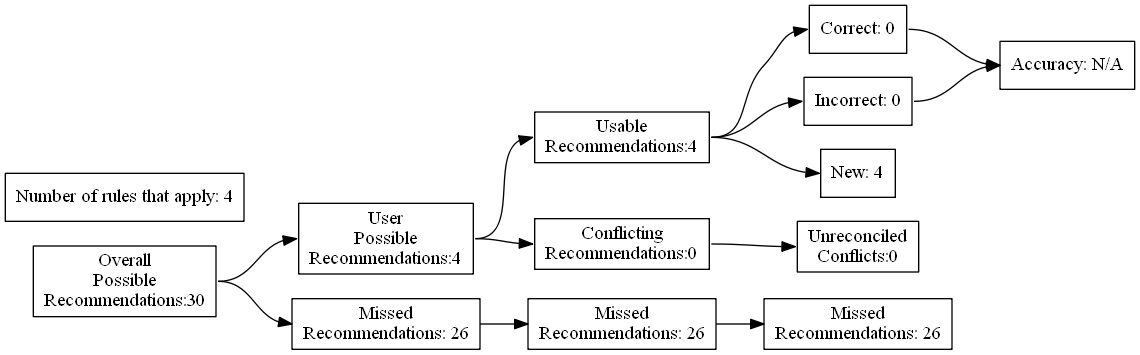
This is test_renders/12.gv.png from ZaxR/ibd_diet_analysis, a Graphviz export, as it was before one commit. Its source is kept beside it as test_renders/12.gv. Source of this version:
```dot
digraph {
	graph [rankdir=LR]
	node [pos=r shape=box]
	edge [headport=w tailport=e]
		A [label="Overall
Possible
Recommendations:30"]
		B [label="User
Possible
Recommendations:4"]
		C [label="Missed
Recommendations: 26"]
		D [label="Usable
Recommendations:4"]
		E [label="Conflicting
Recommendations:0"]
		J [label="Missed
Recommendations: 26"]
		M [label="Unreconciled
Conflicts:0"]
		F [label="Correct: 0"]
		G [label="Incorrect: 0"]
		H [label="New: 4"]
		K [label="Missed
Recommendations: 26"]
		I [label="Accuracy: N/A"]
		l [label="Number of rules that apply: 4"]
			A -> B
			A -> C
			B -> D
			B -> E
			D -> F
			D -> G
			D -> H
			F -> I
			G -> I
			C -> J
			J -> K
			E -> M
}
```
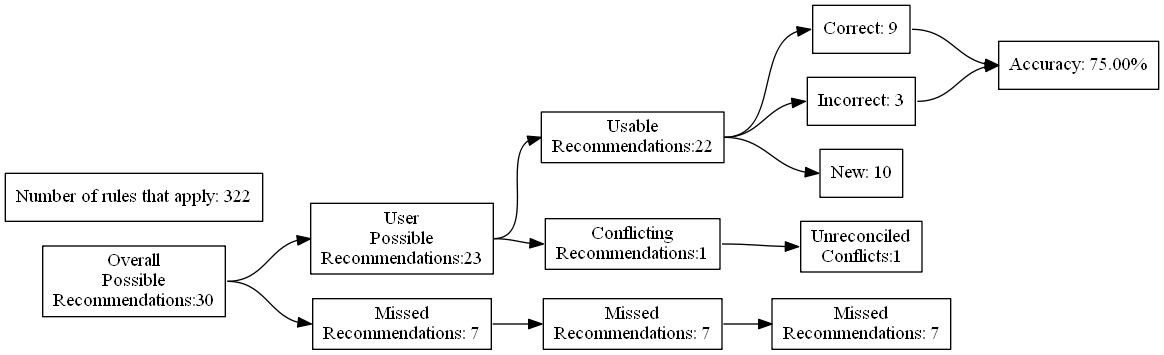
After the commit.

Diff of the diagram source:
```diff
@@ -7,24 +7,24 @@
 Recommendations:30"]
 		B [label="User
 Possible
-Recommendations:4"]
+Recommendations:23"]
 		C [label="Missed
-Recommendations: 26"]
+Recommendations: 7"]
 		D [label="Usable
-Recommendations:4"]
+Recommendations:22"]
 		E [label="Conflicting
-Recommendations:0"]
+Recommendations:1"]
 		J [label="Missed
-Recommendations: 26"]
+Recommendations: 7"]
 		M [label="Unreconciled
-Conflicts:0"]
-		F [label="Correct: 0"]
-		G [label="Incorrect: 0"]
-		H [label="New: 4"]
+Conflicts:1"]
+		F [label="Correct: 9"]
+		G [label="Incorrect: 3"]
+		H [label="New: 10"]
 		K [label="Missed
-Recommendations: 26"]
-		I [label="Accuracy: N/A"]
-		l [label="Number of rules that apply: 4"]
+Recommendations: 7"]
+		I [label="Accuracy: 75.00%"]
+		l [label="Number of rules that apply: 322"]
 			A -> B
 			A -> C
 			B -> D
```
